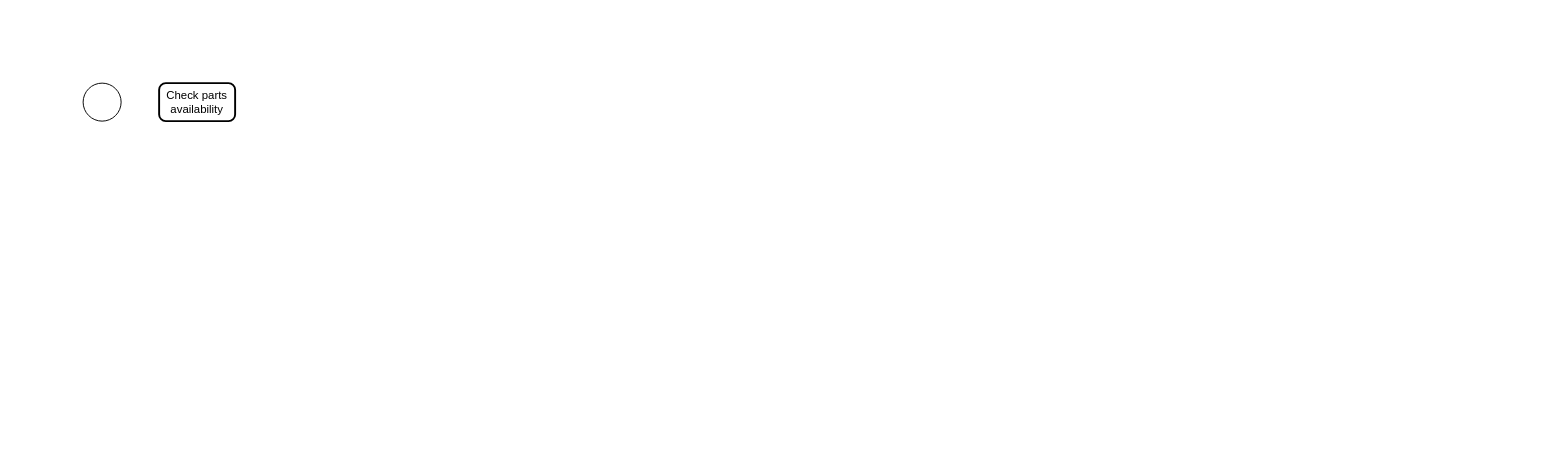
The draw.io diagram Assemble Ordered Products Diagram.drawio in shitanshiwoerzi/test, before the edit. Source tidied: cells renumbered, new cells numbered last; positions are measured from the earlier drawing's top-left corner, leaving out a move shared by most shapes. Both pictures are drawn from the tidied source at 95%, with x=0, y=0 at pixel (83, 83).
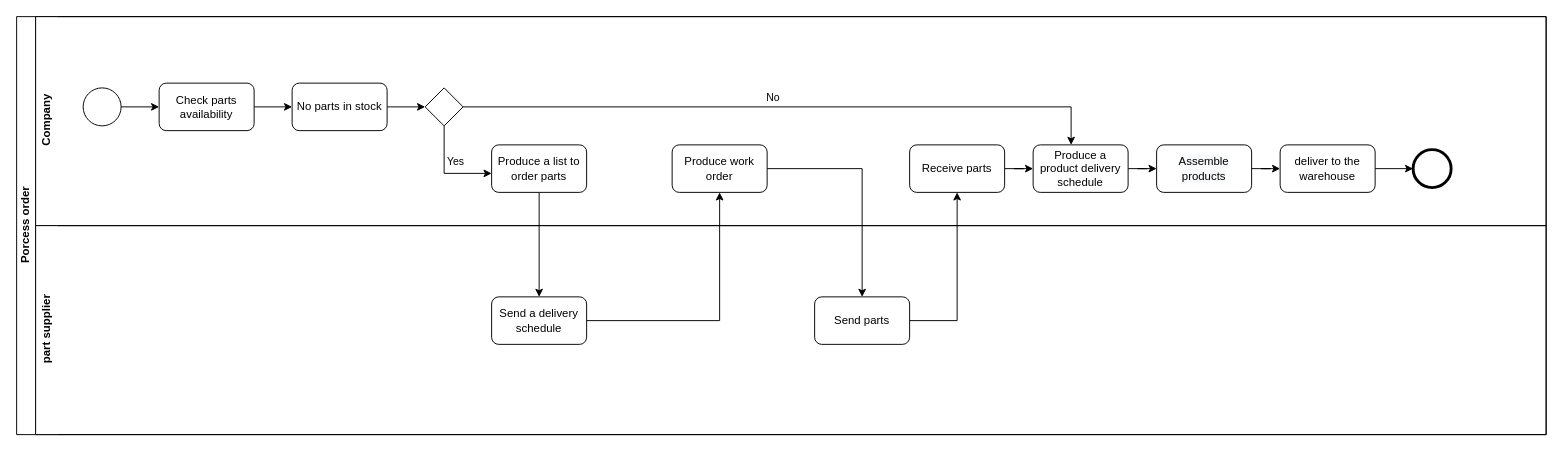
After the change.

The edit, as a diff of the source:
```diff
@@
-    <mxCell id="2" style="ellipse;whiteSpace=wrap;html=1;" parent="1" vertex="1">
-      <mxGeometry width="40" height="40" as="geometry" />
-    </mxCell>
+    <mxCell id="4" style="edgeStyle=orthogonalEdgeStyle;rounded=0;jettySize=auto;html=1;entryX=0;entryY=0.5;entryDx=0;entryDy=0;" parent="1" edge="1" source="3" target="12">
+      <mxGeometry relative="1" as="geometry" />
+    </mxCell>
-    <mxCell id="3" value="Check parts availability" style="rounded=1;whiteSpace=wrap;html=1;absoluteArcSize=1;arcSize=14;strokeWidth=2;" parent="1" vertex="1">
-      <mxGeometry x="80" width="80" height="40" as="geometry" />
+    <mxCell id="3" value="Check parts availability" style="shape=ext;rounded=1;html=1;whiteSpace=wrap;" parent="1" vertex="1">
+      <mxGeometry x="80" width="100" height="50" as="geometry" />
     </mxCell>
+    <mxCell id="5" value="Porcess order" style="swimlane;html=1;horizontal=0;startSize=20;" parent="1" vertex="1">
+      <mxGeometry x="-70" y="-70" width="1610" height="440" as="geometry" />
+    </mxCell>
+    <mxCell id="6" value="Company" style="swimlane;html=1;horizontal=0;swimlaneLine=0;" parent="5" vertex="1">
+      <mxGeometry x="20" width="1590" height="220" as="geometry" />
+    </mxCell>
+    <mxCell id="7" value="part supplier" style="swimlane;html=1;horizontal=0;swimlaneLine=0;startSize=23;" parent="6" vertex="1">
+      <mxGeometry y="220" width="1590" height="220" as="geometry" />
+    </mxCell>
+    <mxCell id="8" value="Send a delivery schedule" style="shape=ext;rounded=1;html=1;whiteSpace=wrap;" parent="7" vertex="1">
+      <mxGeometry x="480" y="75" width="100" height="50" as="geometry" />
+    </mxCell>
+    <mxCell id="9" value="Send parts" style="shape=ext;rounded=1;html=1;whiteSpace=wrap;" parent="7" vertex="1">
+      <mxGeometry x="820" y="75" width="100" height="50" as="geometry" />
+    </mxCell>
+    <mxCell id="10" style="shape=mxgraph.bpmn.shape;html=1;verticalLabelPosition=bottom;labelBackgroundColor=#ffffff;verticalAlign=top;align=center;perimeter=ellipsePerimeter;outlineConnect=0;outline=standard;symbol=general;" parent="6" vertex="1">
+      <mxGeometry x="50" y="75" width="40" height="40" as="geometry" />
+    </mxCell>
+    <mxCell id="11" style="edgeStyle=orthogonalEdgeStyle;rounded=0;jettySize=auto;html=1;entryX=0;entryY=0.5;entryDx=0;entryDy=0;" parent="6" edge="1" source="12" target="14">
+      <mxGeometry relative="1" as="geometry" />
+    </mxCell>
+    <mxCell id="12" value="No parts in stock" style="shape=ext;rounded=1;html=1;whiteSpace=wrap;" parent="6" vertex="1">
+      <mxGeometry x="270" y="70" width="100" height="50" as="geometry" />
+    </mxCell>
+    <mxCell id="13" value="No" style="edgeStyle=orthogonalEdgeStyle;rounded=0;jettySize=auto;html=1;exitX=1;exitY=0.5;exitDx=0;exitDy=0;" parent="6" edge="1" source="14" target="31">
+      <mxGeometry x="-0.04" y="10" relative="1" as="geometry">
+        <Array as="points">
+          <mxPoint x="1090" y="95" />
+        </Array>
+      </mxGeometry>
+    </mxCell>
+    <mxCell id="14" style="rhombus;whiteSpace=wrap;html=1;" parent="6" vertex="1">
+      <mxGeometry x="410" y="75" width="40" height="40" as="geometry" />
+    </mxCell>
+    <mxCell id="15" style="edgeStyle=orthogonalEdgeStyle;rounded=0;jettySize=auto;html=1;entryX=0.5;entryY=0;entryDx=0;entryDy=0;" parent="6" edge="1" source="16" target="8">
+      <mxGeometry relative="1" as="geometry" />
+    </mxCell>
+    <mxCell id="16" value="Produce a list to order parts" style="shape=ext;rounded=1;html=1;whiteSpace=wrap;" parent="6" vertex="1">
+      <mxGeometry x="480" y="135" width="100" height="50" as="geometry" />
+    </mxCell>
+    <mxCell id="17" style="edgeStyle=orthogonalEdgeStyle;rounded=0;jettySize=auto;html=1;entryX=0;entryY=0.5;entryDx=0;entryDy=0;exitX=0.5;exitY=1;exitDx=0;exitDy=0;" parent="6" edge="1" source="14">
+      <mxGeometry relative="1" as="geometry">
+        <mxPoint x="480" y="165" as="targetPoint" />
+        <Array as="points">
+          <mxPoint x="430" y="165" />
+        </Array>
+      </mxGeometry>
+    </mxCell>
+    <mxCell id="18" value="Yes" style="edgeLabel;html=1;align=center;verticalAlign=middle;" parent="17" vertex="1">
+      <mxGeometry x="-0.12" y="11" relative="1" as="geometry">
+        <mxPoint y="-7" as="offset" />
+      </mxGeometry>
+    </mxCell>
+    <mxCell id="19" style="edgeStyle=orthogonalEdgeStyle;rounded=0;jettySize=auto;html=1;" parent="6" edge="1" source="20" target="9">
+      <mxGeometry relative="1" as="geometry">
+        <Array as="points">
+          <mxPoint x="870" y="160" />
+        </Array>
+      </mxGeometry>
+    </mxCell>
+    <mxCell id="20" value="Produce work order" style="shape=ext;rounded=1;html=1;whiteSpace=wrap;" parent="6" vertex="1">
+      <mxGeometry x="670" y="135" width="100" height="50" as="geometry" />
+    </mxCell>
+    <mxCell id="21" style="edgeStyle=orthogonalEdgeStyle;rounded=0;jettySize=auto;html=1;entryX=0.5;entryY=1;entryDx=0;entryDy=0;" parent="6" edge="1" source="8" target="20">
+      <mxGeometry relative="1" as="geometry" />
+    </mxCell>
+    <mxCell id="22" style="edgeStyle=orthogonalEdgeStyle;rounded=0;jettySize=auto;html=1;" parent="6" edge="1" source="23" target="31">
+      <mxGeometry relative="1" as="geometry" />
+    </mxCell>
+    <mxCell id="23" value="Receive parts" style="shape=ext;rounded=1;html=1;whiteSpace=wrap;" parent="6" vertex="1">
+      <mxGeometry x="920" y="135" width="100" height="50" as="geometry" />
+    </mxCell>
+    <mxCell id="24" style="edgeStyle=orthogonalEdgeStyle;rounded=0;jettySize=auto;html=1;entryX=0.5;entryY=1;entryDx=0;entryDy=0;" parent="6" edge="1" source="9" target="23">
+      <mxGeometry relative="1" as="geometry">
+        <Array as="points">
+          <mxPoint x="970" y="320" />
+        </Array>
+      </mxGeometry>
+    </mxCell>
+    <mxCell id="25" style="edgeStyle=orthogonalEdgeStyle;rounded=0;jettySize=auto;html=1;entryX=0;entryY=0.5;entryDx=0;entryDy=0;" parent="6" edge="1" source="26" target="28">
+      <mxGeometry relative="1" as="geometry" />
+    </mxCell>
+    <mxCell id="26" value="&#10;&#10;&lt;span style=&quot;color: rgb(0, 0, 0); font-family: helvetica; font-size: 12px; font-style: normal; font-weight: 400; letter-spacing: normal; text-align: center; text-indent: 0px; text-transform: none; word-spacing: 0px; background-color: rgb(248, 249, 250); display: inline; float: none;&quot;&gt;Assemble products&lt;/span&gt;&#10;&#10;" style="shape=ext;rounded=1;html=1;whiteSpace=wrap;" parent="6" vertex="1">
+      <mxGeometry x="1180" y="135" width="100" height="50" as="geometry" />
+    </mxCell>
+    <mxCell id="27" style="edgeStyle=orthogonalEdgeStyle;rounded=0;jettySize=auto;html=1;entryX=0;entryY=0.5;entryDx=0;entryDy=0;" parent="6" edge="1" source="28" target="29">
+      <mxGeometry relative="1" as="geometry" />
+    </mxCell>
+    <mxCell id="28" value="deliver to the warehouse" style="shape=ext;rounded=1;html=1;whiteSpace=wrap;" parent="6" vertex="1">
+      <mxGeometry x="1310" y="135" width="100" height="50" as="geometry" />
+    </mxCell>
+    <mxCell id="29" style="shape=mxgraph.bpmn.shape;html=1;verticalLabelPosition=bottom;labelBackgroundColor=#ffffff;verticalAlign=top;align=center;perimeter=ellipsePerimeter;outlineConnect=0;outline=end;symbol=general;" parent="6" vertex="1">
+      <mxGeometry x="1450" y="140" width="40" height="40" as="geometry" />
+    </mxCell>
+    <mxCell id="30" style="edgeStyle=orthogonalEdgeStyle;rounded=0;jettySize=auto;html=1;entryX=0;entryY=0.5;entryDx=0;entryDy=0;" parent="6" edge="1" source="31" target="26">
+      <mxGeometry relative="1" as="geometry" />
+    </mxCell>
+    <mxCell id="31" value="Produce a product delivery schedule" style="shape=ext;rounded=1;html=1;whiteSpace=wrap;" parent="6" vertex="1">
+      <mxGeometry x="1050" y="135" width="100" height="50" as="geometry" />
+    </mxCell>
+    <mxCell id="32" style="edgeStyle=orthogonalEdgeStyle;rounded=0;jettySize=auto;html=1;" parent="1" edge="1" source="10">
+      <mxGeometry relative="1" as="geometry">
+        <mxPoint x="80" y="25" as="targetPoint" />
+      </mxGeometry>
+    </mxCell>
```
